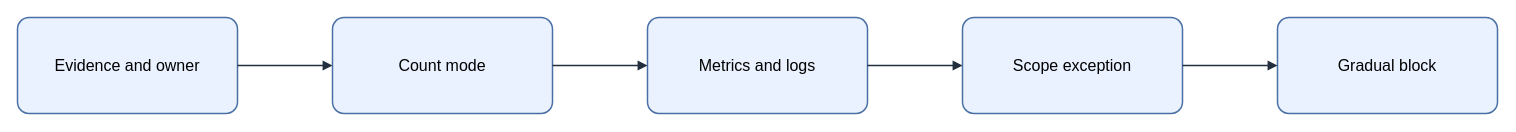
This is assets/img/aws/waf-rule-rollout-flow.drawio from KKamJi98/kkamji98.github.io, a draw.io file, before an edit. Source tidied: cells renumbered, new cells numbered last; positions are measured from the earlier drawing's top-left corner, leaving out a move shared by most shapes. Both pictures are drawn from the tidied source at 100%, with x=0, y=0 at pixel (17, 17).
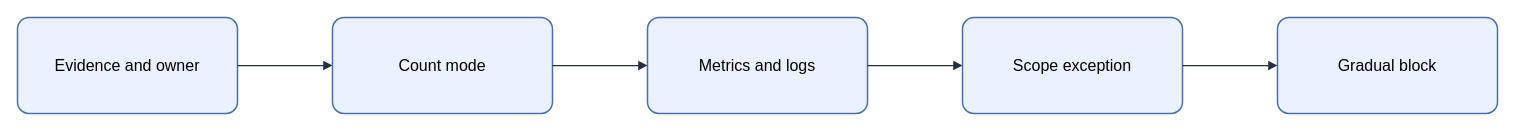
The same page after the edit.

Change to the diagram source:
```diff
@@
 <mxGraphModel background="#FFFFFF">
   <root>
     <mxCell id="0" />
     <mxCell id="1" parent="0" />
-    <mxCell id="2" value="&lt;font style=&quot;color: rgb(0, 0, 0);&quot;&gt;Evidence and owner&lt;/font&gt;" style="rounded=1;arcSize=12;whiteSpace=wrap;html=1;fillColor=#EAF2FF;strokeColor=#4A6FA5;strokeWidth=1.5;fontColor=#000000;fontSize=16;align=center;verticalAlign=middle;spacing=8;shadow=0;" parent="1" vertex="1">
+    <mxCell id="2" value="Evidence and owner" style="rounded=1;arcSize=12;whiteSpace=wrap;html=0;fillColor=#EAF2FF;strokeColor=#4A6FA5;strokeWidth=1.5;fontColor=#000000;fontSize=16;align=center;verticalAlign=middle;spacing=8;shadow=0;" parent="1" vertex="1">
       <mxGeometry width="220" height="96" as="geometry" />
     </mxCell>
-    <mxCell id="3" value="&lt;font style=&quot;color: rgb(0, 0, 0);&quot;&gt;Count mode&lt;/font&gt;" style="rounded=1;arcSize=12;whiteSpace=wrap;html=1;fillColor=#EAF2FF;strokeColor=#4A6FA5;strokeWidth=1.5;fontColor=#000000;fontSize=16;align=center;verticalAlign=middle;spacing=8;shadow=0;" parent="1" vertex="1">
+    <mxCell id="3" value="Count mode" style="rounded=1;arcSize=12;whiteSpace=wrap;html=0;fillColor=#EAF2FF;strokeColor=#4A6FA5;strokeWidth=1.5;fontColor=#000000;fontSize=16;align=center;verticalAlign=middle;spacing=8;shadow=0;" parent="1" vertex="1">
       <mxGeometry x="315" width="220" height="96" as="geometry" />
     </mxCell>
-    <mxCell id="4" value="&lt;font style=&quot;color: rgb(0, 0, 0);&quot;&gt;Metrics and logs&lt;/font&gt;" style="rounded=1;arcSize=12;whiteSpace=wrap;html=1;fillColor=#EAF2FF;strokeColor=#4A6FA5;strokeWidth=1.5;fontColor=#000000;fontSize=16;align=center;verticalAlign=middle;spacing=8;shadow=0;" parent="1" vertex="1">
+    <mxCell id="4" value="Metrics and logs" style="rounded=1;arcSize=12;whiteSpace=wrap;html=0;fillColor=#EAF2FF;strokeColor=#4A6FA5;strokeWidth=1.5;fontColor=#000000;fontSize=16;align=center;verticalAlign=middle;spacing=8;shadow=0;" parent="1" vertex="1">
       <mxGeometry x="630" width="220" height="96" as="geometry" />
     </mxCell>
-    <mxCell id="5" value="&lt;font style=&quot;color: rgb(0, 0, 0);&quot;&gt;Scope exception&lt;/font&gt;" style="rounded=1;arcSize=12;whiteSpace=wrap;html=1;fillColor=#EAF2FF;strokeColor=#4A6FA5;strokeWidth=1.5;fontColor=#000000;fontSize=16;align=center;verticalAlign=middle;spacing=8;shadow=0;" parent="1" vertex="1">
+    <mxCell id="5" value="Scope exception" style="rounded=1;arcSize=12;whiteSpace=wrap;html=0;fillColor=#EAF2FF;strokeColor=#4A6FA5;strokeWidth=1.5;fontColor=#000000;fontSize=16;align=center;verticalAlign=middle;spacing=8;shadow=0;" parent="1" vertex="1">
       <mxGeometry x="945" width="220" height="96" as="geometry" />
     </mxCell>
-    <mxCell id="6" value="&lt;font style=&quot;color: rgb(0, 0, 0);&quot;&gt;Gradual block&lt;/font&gt;" style="rounded=1;arcSize=12;whiteSpace=wrap;html=1;fillColor=#EAF2FF;strokeColor=#4A6FA5;strokeWidth=1.5;fontColor=#000000;fontSize=16;align=center;verticalAlign=middle;spacing=8;shadow=0;" parent="1" vertex="1">
+    <mxCell id="6" value="Gradual block" style="rounded=1;arcSize=12;whiteSpace=wrap;html=0;fillColor=#EAF2FF;strokeColor=#4A6FA5;strokeWidth=1.5;fontColor=#000000;fontSize=16;align=center;verticalAlign=middle;spacing=8;shadow=0;" parent="1" vertex="1">
       <mxGeometry x="1260" width="220" height="96" as="geometry" />
     </mxCell>
-    <mxCell id="7" style="edgeStyle=orthogonalEdgeStyle;rounded=0;jettySize=auto;html=1;endArrow=block;endFill=1;strokeColor=#232F3E;strokeWidth=1.5;fontColor=#000000;labelBackgroundColor=none;exitX=1;exitY=0.5;exitDx=0;exitDy=0;entryX=0;entryY=0.5;entryDx=0;entryDy=0;" parent="1" edge="1" source="2" target="3">
+    <mxCell id="7" style="edgeStyle=orthogonalEdgeStyle;rounded=0;jettySize=auto;html=0;endArrow=block;endFill=1;strokeColor=#232F3E;strokeWidth=1.25;fontColor=#000000;labelBackgroundColor=none;exitX=1;exitY=0.5;exitDx=0;exitDy=0;entryX=0;entryY=0.5;entryDx=0;entryDy=0;" parent="1" edge="1" source="2" target="3">
       <mxGeometry relative="1" as="geometry" />
     </mxCell>
-    <mxCell id="8" style="edgeStyle=orthogonalEdgeStyle;rounded=0;jettySize=auto;html=1;endArrow=block;endFill=1;strokeColor=#232F3E;strokeWidth=1.5;fontColor=#000000;labelBackgroundColor=none;exitX=1;exitY=0.5;exitDx=0;exitDy=0;entryX=0;entryY=0.5;entryDx=0;entryDy=0;" parent="1" edge="1" source="3" target="4">
+    <mxCell id="8" style="edgeStyle=orthogonalEdgeStyle;rounded=0;jettySize=auto;html=0;endArrow=block;endFill=1;strokeColor=#232F3E;strokeWidth=1.25;fontColor=#000000;labelBackgroundColor=none;exitX=1;exitY=0.5;exitDx=0;exitDy=0;entryX=0;entryY=0.5;entryDx=0;entryDy=0;" parent="1" edge="1" source="3" target="4">
       <mxGeometry relative="1" as="geometry" />
     </mxCell>
-    <mxCell id="9" style="edgeStyle=orthogonalEdgeStyle;rounded=0;jettySize=auto;html=1;endArrow=block;endFill=1;strokeColor=#232F3E;strokeWidth=1.5;fontColor=#000000;labelBackgroundColor=none;exitX=1;exitY=0.5;exitDx=0;exitDy=0;entryX=0;entryY=0.5;entryDx=0;entryDy=0;" parent="1" edge="1" source="4" target="5">
+    <mxCell id="9" style="edgeStyle=orthogonalEdgeStyle;rounded=0;jettySize=auto;html=0;endArrow=block;endFill=1;strokeColor=#232F3E;strokeWidth=1.25;fontColor=#000000;labelBackgroundColor=none;exitX=1;exitY=0.5;exitDx=0;exitDy=0;entryX=0;entryY=0.5;entryDx=0;entryDy=0;" parent="1" edge="1" source="4" target="5">
       <mxGeometry relative="1" as="geometry" />
     </mxCell>
-    <mxCell id="10" style="edgeStyle=orthogonalEdgeStyle;rounded=0;jettySize=auto;html=1;endArrow=block;endFill=1;strokeColor=#232F3E;strokeWidth=1.5;fontColor=#000000;labelBackgroundColor=none;exitX=1;exitY=0.5;exitDx=0;exitDy=0;entryX=0;entryY=0.5;entryDx=0;entryDy=0;" parent="1" edge="1" source="5" target="6">
+    <mxCell id="10" style="edgeStyle=orthogonalEdgeStyle;rounded=0;jettySize=auto;html=0;endArrow=block;endFill=1;strokeColor=#232F3E;strokeWidth=1.25;fontColor=#000000;labelBackgroundColor=none;exitX=1;exitY=0.5;exitDx=0;exitDy=0;entryX=0;entryY=0.5;entryDx=0;entryDy=0;" parent="1" edge="1" source="5" target="6">
       <mxGeometry relative="1" as="geometry" />
     </mxCell>
   </root>
 </mxGraphModel>
```
